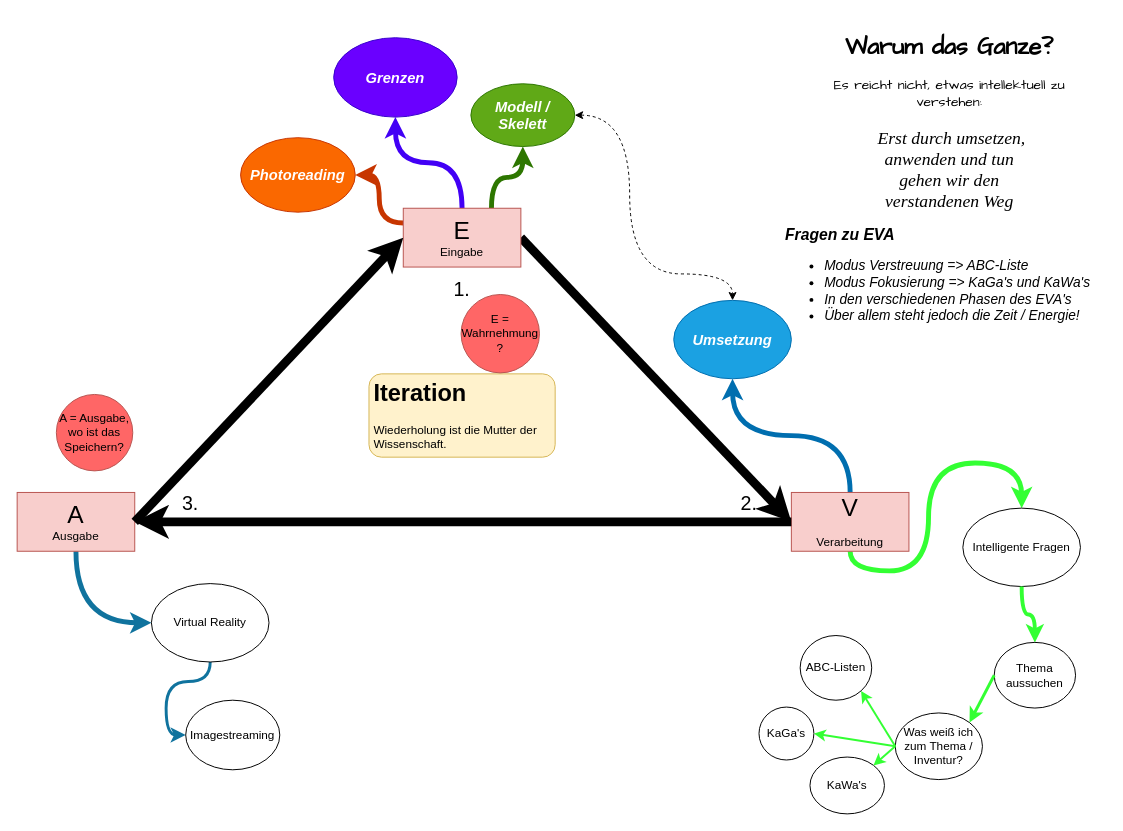
This is DrawIo/EVA.drawio from foreversun69/documentation, a draw.io file, before an edit. Source tidied: cells renumbered, new cells numbered last; positions are measured from the earlier drawing's top-left corner, leaving out a move shared by most shapes. Both pictures are drawn from the tidied source at 98%, with x=0, y=0 at pixel (17, 26).
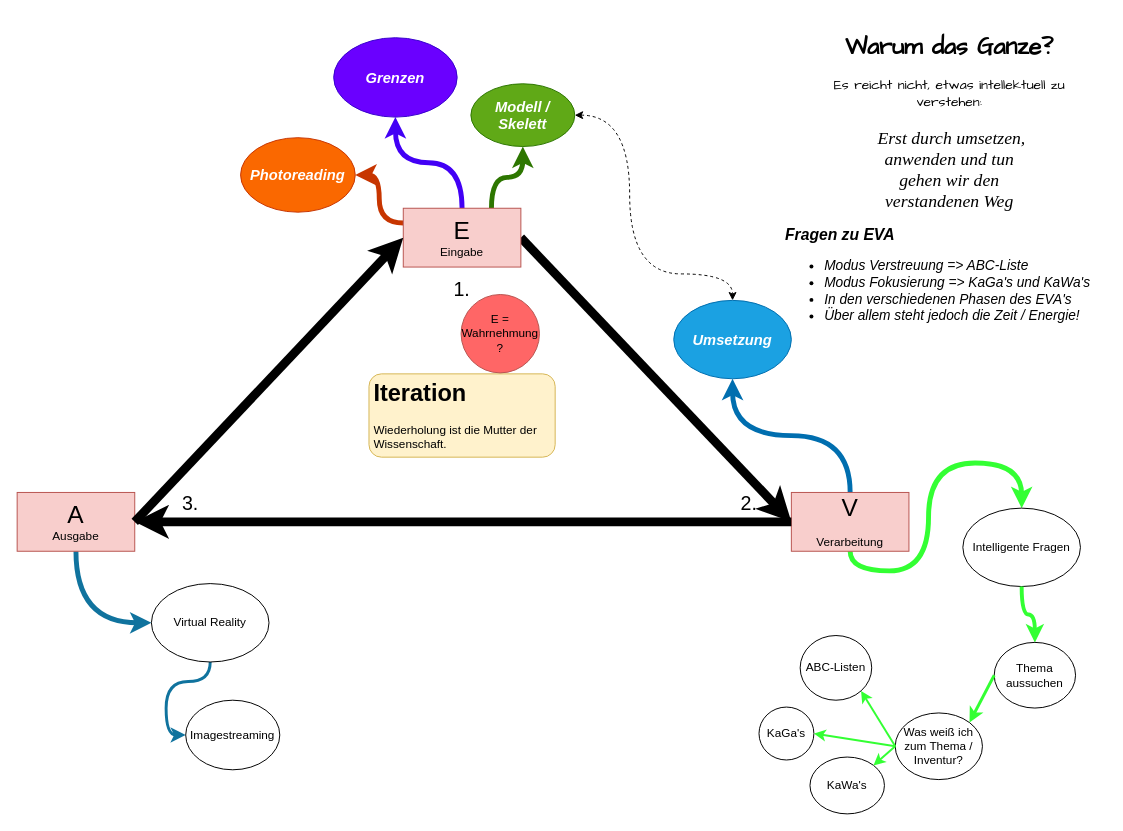
The same diagram, later.

Change to the diagram source:
```diff
@@
-    <mxCell id="40" value="A = Ausgabe, wo ist das Speichern?" style="ellipse;whiteSpace=wrap;html=1;strokeColor=#b85450;fillColor=#FF6666;" parent="1" vertex="1">
-      <mxGeometry x="40" y="375" width="78" height="78" as="geometry" />
-    </mxCell>
```
